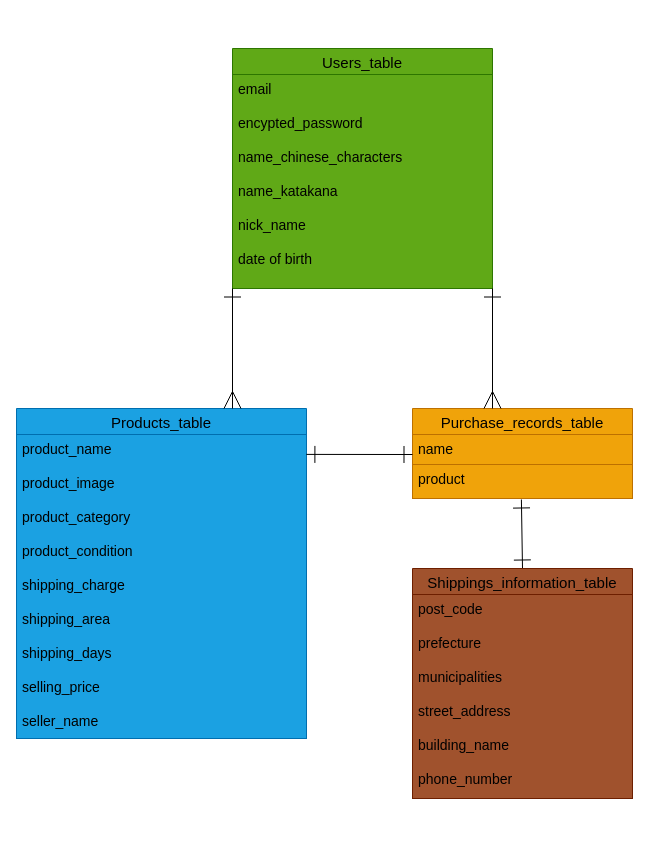
This is ER.dio from Jonnyhorse/furima-40200, a draw.io file, before an edit. Source tidied: cells renumbered, new cells numbered last; positions are measured from the earlier drawing's top-left corner, leaving out a move shared by most shapes. Both pictures are drawn from the tidied source at 100%, with x=0, y=0 at pixel (16, 48).
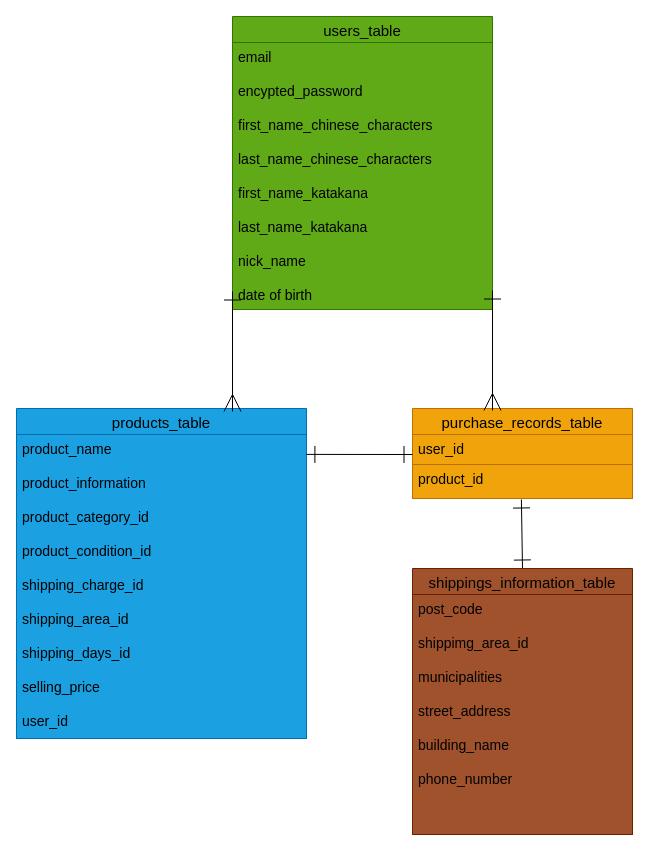
The same diagram, later.

Commit message (it also covers changes not shown here):
README及びER図の修正

The edit, as a diff of the source:
```diff
@@
 <mxGraphModel>
   <root>
     <mxCell id="0" />
     <mxCell id="1" parent="0" />
-    <mxCell id="2" value="Users_table" style="swimlane;fontStyle=0;horizontal=1;startSize=26;align=center;fontSize=15;fillColor=#60a917;fontColor=#000000;strokeColor=#2D7600;" parent="1" vertex="1">
-      <mxGeometry x="216" width="260" height="240" as="geometry" />
+    <mxCell id="2" value="users_table" style="swimlane;fontStyle=0;horizontal=1;startSize=26;align=center;fontSize=15;fillColor=#60a917;fontColor=#000000;strokeColor=#2D7600;" parent="1" vertex="1">
+      <mxGeometry x="216" y="-32" width="260" height="293" as="geometry" />
     </mxCell>
-    <mxCell id="3" value="email &#10;&#10;encypted_password&#10;&#10;name_chinese_characters&#10;&#10;name_katakana&#10;&#10;nick_name&#10;&#10;date of birth&#10;" style="text;strokeColor=#2D7600;fillColor=#60a917;spacingLeft=4;spacingRight=4;overflow=hidden;fontSize=14;fontColor=#000000;" parent="2" vertex="1">
-      <mxGeometry y="26" width="260" height="214" as="geometry" />
+    <mxCell id="3" value="email &#10;&#10;encypted_password&#10;&#10;first_name_chinese_characters&#10;&#10;last_name_chinese_characters&#10;&#10;first_name_katakana&#10;&#10;last_name_katakana&#10;&#10;nick_name&#10;&#10;date of birth&#10;" style="text;strokeColor=#2D7600;fillColor=#60a917;spacingLeft=4;spacingRight=4;overflow=hidden;fontSize=14;fontColor=#000000;" parent="2" vertex="1">
+      <mxGeometry y="26" width="260" height="267" as="geometry" />
     </mxCell>
-    <mxCell id="4" value="Products_table" style="swimlane;fontStyle=0;horizontal=1;startSize=26;align=center;fontSize=15;fillColor=#1ba1e2;fontColor=#000000;strokeColor=#006EAF;" parent="1" vertex="1">
+    <mxCell id="4" value="products_table" style="swimlane;fontStyle=0;horizontal=1;startSize=26;align=center;fontSize=15;fillColor=#1ba1e2;fontColor=#000000;strokeColor=#006EAF;" parent="1" vertex="1">
       <mxGeometry y="360" width="290" height="330" as="geometry" />
     </mxCell>
-    <mxCell id="5" value="product_name&#10;&#10;product_image&#10;&#10;product_category&#10;&#10;product_condition&#10;&#10;shipping_charge&#10;&#10;shipping_area&#10;&#10;shipping_days&#10;&#10;selling_price&#10;&#10;seller_name&#10;" style="text;strokeColor=#006EAF;fillColor=#1ba1e2;spacingLeft=4;spacingRight=4;overflow=hidden;fontSize=14;fontColor=#000000;" parent="4" vertex="1">
+    <mxCell id="5" value="product_name&#10;&#10;product_information&#10;&#10;product_category_id&#10;&#10;product_condition_id&#10;&#10;shipping_charge_id&#10;&#10;shipping_area_id&#10;&#10;shipping_days_id&#10;&#10;selling_price&#10;&#10;user_id&#10;" style="text;strokeColor=#006EAF;fillColor=#1ba1e2;spacingLeft=4;spacingRight=4;overflow=hidden;fontSize=14;fontColor=#000000;" parent="4" vertex="1">
       <mxGeometry y="26" width="290" height="304" as="geometry" />
     </mxCell>
-    <mxCell id="6" value="Purchase_records_table" style="swimlane;fontStyle=0;horizontal=1;startSize=26;align=center;fontSize=15;fillColor=#f0a30a;fontColor=#000000;strokeColor=#BD7000;" parent="1" vertex="1">
+    <mxCell id="6" value="purchase_records_table" style="swimlane;fontStyle=0;horizontal=1;startSize=26;align=center;fontSize=15;fillColor=#f0a30a;fontColor=#000000;strokeColor=#BD7000;" parent="1" vertex="1">
       <mxGeometry x="396" y="360" width="220" height="90" as="geometry" />
     </mxCell>
-    <mxCell id="7" value="name" style="text;strokeColor=#BD7000;fillColor=#f0a30a;spacingLeft=4;spacingRight=4;overflow=hidden;fontSize=14;fontColor=#000000;" parent="6" vertex="1">
+    <mxCell id="7" value="user_id" style="text;strokeColor=#BD7000;fillColor=#f0a30a;spacingLeft=4;spacingRight=4;overflow=hidden;fontSize=14;fontColor=#000000;" parent="6" vertex="1">
       <mxGeometry y="26" width="220" height="30" as="geometry" />
     </mxCell>
-    <mxCell id="8" value="product" style="text;strokeColor=#BD7000;fillColor=#f0a30a;spacingLeft=4;spacingRight=4;overflow=hidden;points=[[0,0.5],[1,0.5]];portConstraint=eastwest;fontSize=14;fontColor=#000000;" parent="6" vertex="1">
+    <mxCell id="8" value="product_id" style="text;strokeColor=#BD7000;fillColor=#f0a30a;spacingLeft=4;spacingRight=4;overflow=hidden;points=[[0,0.5],[1,0.5]];portConstraint=eastwest;fontSize=14;fontColor=#000000;" parent="6" vertex="1">
       <mxGeometry y="56" width="220" height="34" as="geometry" />
     </mxCell>
     <mxCell id="9" style="edgeStyle=none;html=1;exitX=0.5;exitY=0;exitDx=0;exitDy=0;entryX=0.495;entryY=1.029;entryDx=0;entryDy=0;entryPerimeter=0;strokeWidth=1;fontSize=15;startArrow=ERone;startFill=0;endArrow=ERone;endFill=0;endSize=15;startSize=15;" parent="1" edge="1" source="10" target="8">
       <mxGeometry relative="1" as="geometry" />
     </mxCell>
-    <mxCell id="10" value="Shippings_information_table" style="swimlane;fontStyle=0;horizontal=1;startSize=26;align=center;fontSize=15;labelBackgroundColor=none;fillColor=#a0522d;strokeColor=#6D1F00;fontColor=#000000;" parent="1" vertex="1">
-      <mxGeometry x="396" y="520" width="220" height="230" as="geometry" />
+    <mxCell id="10" value="shippings_information_table" style="swimlane;fontStyle=0;horizontal=1;startSize=26;align=center;fontSize=15;labelBackgroundColor=none;fillColor=#a0522d;strokeColor=#6D1F00;fontColor=#000000;" parent="1" vertex="1">
+      <mxGeometry x="396" y="520" width="220" height="266" as="geometry" />
     </mxCell>
-    <mxCell id="11" value="post_code&#10;&#10;prefecture&#10;&#10;municipalities&#10;&#10;street_address&#10;&#10;building_name&#10;&#10;phone_number" style="text;strokeColor=#6D1F00;fillColor=#a0522d;spacingLeft=4;spacingRight=4;overflow=hidden;fontSize=14;fontColor=#000000;" parent="10" vertex="1">
-      <mxGeometry y="26" width="220" height="204" as="geometry" />
+    <mxCell id="11" value="post_code&#10;&#10;shippimg_area_id&#10;&#10;municipalities&#10;&#10;street_address&#10;&#10;building_name&#10;&#10;phone_number&#10;&#10;" style="text;strokeColor=#6D1F00;fillColor=#a0522d;spacingLeft=4;spacingRight=4;overflow=hidden;fontSize=14;fontColor=#000000;" parent="10" vertex="1">
+      <mxGeometry y="26" width="220" height="240" as="geometry" />
     </mxCell>
     <mxCell id="12" style="edgeStyle=none;html=1;fontSize=15;endArrow=ERmany;endFill=0;strokeWidth=1;startArrow=ERone;startFill=0;endSize=15;startSize=15;" parent="1" edge="1">
       <mxGeometry relative="1" as="geometry">
-        <mxPoint x="216" y="240" as="sourcePoint" />
-        <mxPoint x="216" y="360" as="targetPoint" />
+        <mxPoint x="216" y="243" as="sourcePoint" />
+        <mxPoint x="216" y="363" as="targetPoint" />
       </mxGeometry>
     </mxCell>
     <mxCell id="13" style="edgeStyle=none;html=1;strokeWidth=1;fontSize=15;endArrow=ERmany;endFill=0;startArrow=ERone;startFill=0;endSize=15;startSize=15;" parent="1" edge="1">
       <mxGeometry relative="1" as="geometry">
-        <mxPoint x="476" y="240" as="sourcePoint" />
-        <mxPoint x="476" y="360" as="targetPoint" />
+        <mxPoint x="476" y="242" as="sourcePoint" />
+        <mxPoint x="476" y="362" as="targetPoint" />
       </mxGeometry>
     </mxCell>
     <mxCell id="14" style="edgeStyle=none;html=1;strokeWidth=1;fontSize=15;endArrow=ERone;endFill=0;startArrow=ERone;startFill=0;exitX=0.986;exitY=0.049;exitDx=0;exitDy=0;exitPerimeter=0;endSize=15;startSize=15;" parent="1" edge="1">
       <mxGeometry relative="1" as="geometry">
         <mxPoint x="289.9" y="405.9" as="sourcePoint" />
         <mxPoint x="396" y="406" as="targetPoint" />
       </mxGeometry>
     </mxCell>
   </root>
 </mxGraphModel>
```
